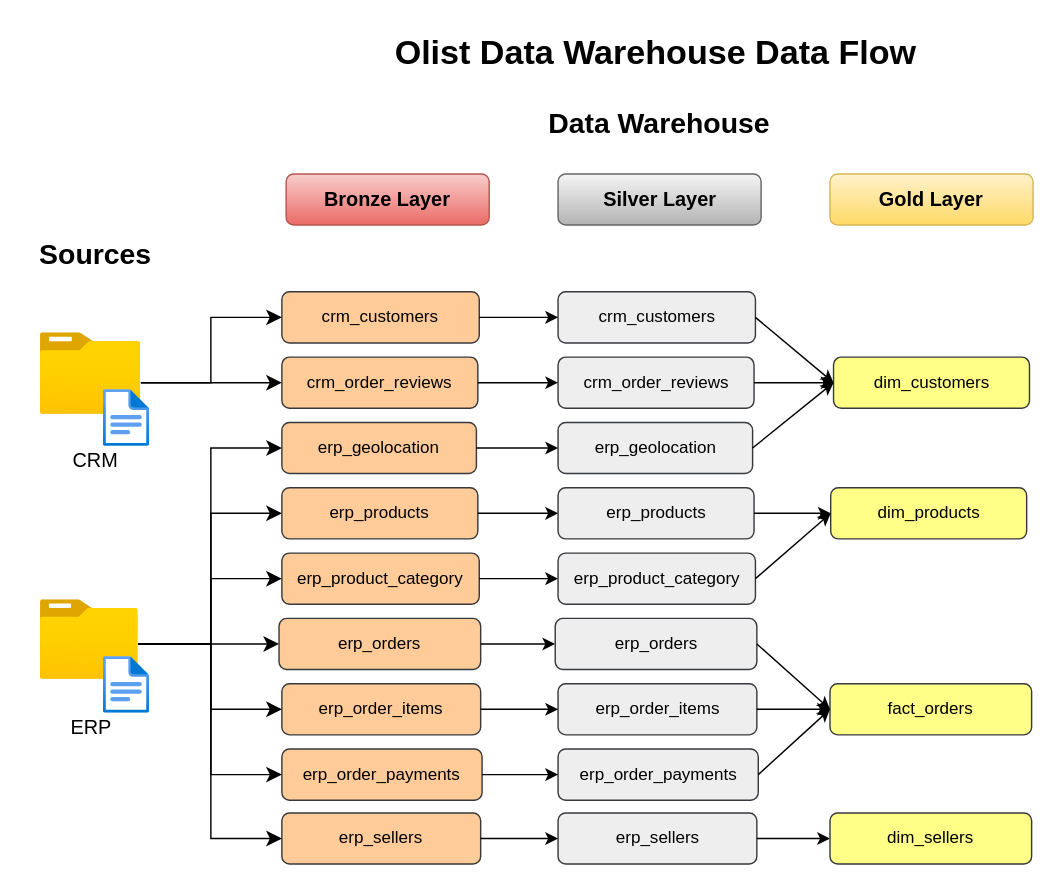
Above: docs/data_flow.drawio in cardonajsebas/olist-data-warehouse (draw.io), before the change. Source tidied: cells renumbered, new cells numbered last; positions are measured from the earlier drawing's top-left corner, leaving out a move shared by most shapes. Both pictures are drawn from the tidied source at 142%, with x=0, y=0 at pixel (24, 24).
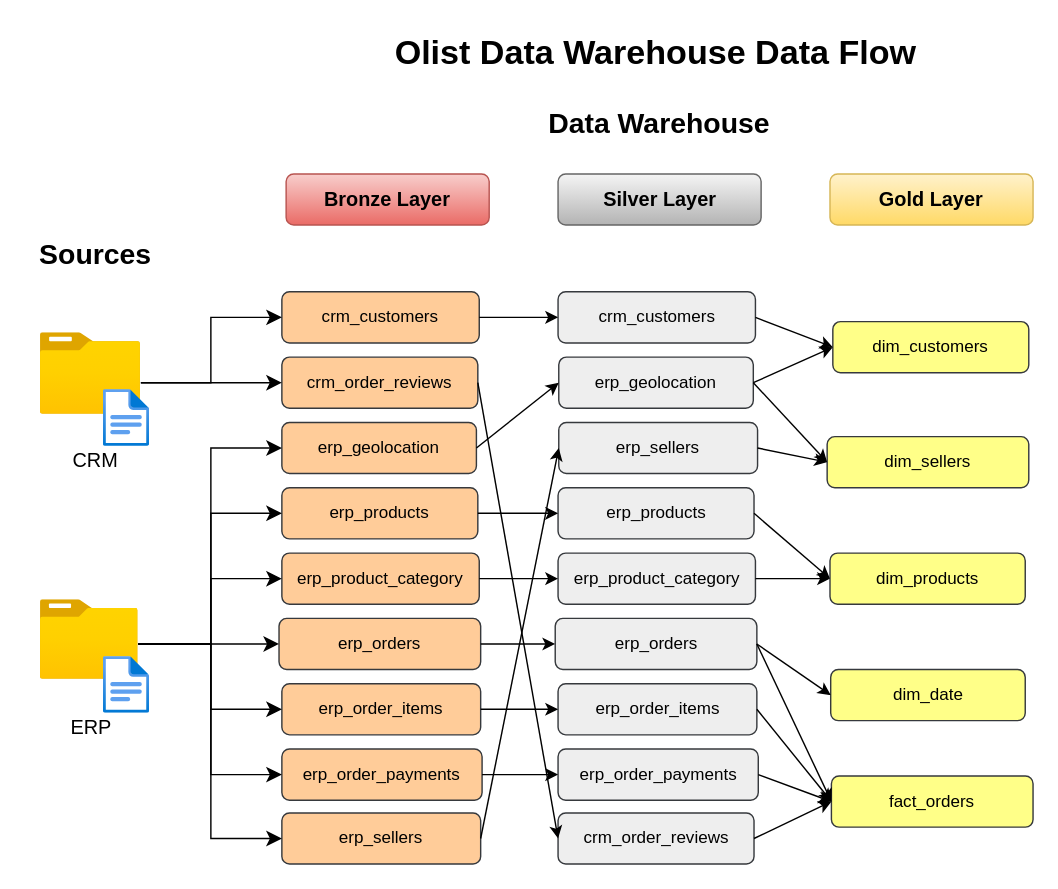
Above is the later version.

The change refers to these unchanged cells:
```xml
<mxCell id="28" value="erp_orders" style="rounded=1;whiteSpace=wrap;html=1;fontFamily=Helvetica;fillColor=#eeeeee;strokeColor=#36393d;" parent="1" vertex="1">
  <mxGeometry x="373.5" y="418" width="142" height="36" as="geometry" />
</mxCell>
```

What changed in the source:
```diff
@@
     <mxCell id="24" value="crm_order_reviews" style="rounded=1;whiteSpace=wrap;html=1;fontFamily=Helvetica;fillColor=#eeeeee;strokeColor=#36393d;" parent="1" vertex="1">
-      <mxGeometry x="375.5" y="234" width="138" height="36" as="geometry" />
+      <mxGeometry x="375.5" y="555" width="138" height="36" as="geometry" />
     </mxCell>
     <mxCell id="25" value="erp_geolocation" style="rounded=1;whiteSpace=wrap;html=1;fontFamily=Helvetica;fillColor=#eeeeee;strokeColor=#36393d;" parent="1" vertex="1">
-      <mxGeometry x="375.5" y="280" width="137" height="36" as="geometry" />
+      <mxGeometry x="376" y="234" width="137" height="36" as="geometry" />
     </mxCell>
@@
     <mxCell id="31" value="erp_sellers" style="rounded=1;whiteSpace=wrap;html=1;fontFamily=Helvetica;fillColor=#eeeeee;strokeColor=#36393d;" parent="1" vertex="1">
-      <mxGeometry x="375.5" y="555" width="140" height="36" as="geometry" />
+      <mxGeometry x="376" y="280" width="140" height="36" as="geometry" />
     </mxCell>
     <mxCell id="32" value="dim_customers" style="rounded=1;whiteSpace=wrap;html=1;fontFamily=Helvetica;fillColor=#ffff88;strokeColor=#36393d;" parent="1" vertex="1">
-      <mxGeometry x="569.5" y="234" width="138" height="36" as="geometry" />
+      <mxGeometry x="569" y="209" width="138" height="36" as="geometry" />
     </mxCell>
     <mxCell id="33" value="dim_products" style="rounded=1;whiteSpace=wrap;html=1;fontFamily=Helvetica;fillColor=#ffff88;strokeColor=#36393d;" parent="1" vertex="1">
-      <mxGeometry x="567.5" y="326" width="138" height="36" as="geometry" />
+      <mxGeometry x="567" y="372" width="137.5" height="36" as="geometry" />
     </mxCell>
     <mxCell id="34" value="fact_orders" style="rounded=1;whiteSpace=wrap;html=1;fontFamily=Helvetica;fillColor=#ffff88;strokeColor=#36393d;" parent="1" vertex="1">
-      <mxGeometry x="567" y="464" width="142" height="36" as="geometry" />
+      <mxGeometry x="568" y="529" width="142" height="36" as="geometry" />
     </mxCell>
@@
-    <mxCell id="54" style="endArrow=classic;html=1;rounded=0;exitX=1;exitY=0.5;exitDx=0;exitDy=0;entryX=0;entryY=0.5;entryDx=0;entryDy=0;" parent="1" edge="1" source="24" target="32">
-      <mxGeometry relative="1" as="geometry" />
-    </mxCell>
@@
     <mxCell id="62" value="dim_sellers" style="rounded=1;whiteSpace=wrap;html=1;fontFamily=Helvetica;fillColor=#ffff88;strokeColor=#36393d;" parent="1" vertex="1">
-      <mxGeometry x="567" y="555" width="142" height="36" as="geometry" />
+      <mxGeometry x="565" y="290" width="142" height="36" as="geometry" />
     </mxCell>
+    <mxCell id="63" value="dim_date" style="rounded=1;whiteSpace=wrap;html=1;fontFamily=Helvetica;fillColor=#ffff88;strokeColor=#36393d;" parent="1" vertex="1">
+      <mxGeometry x="567.5" y="454" width="137" height="36" as="geometry" />
+    </mxCell>
+    <mxCell id="64" style="endArrow=classic;html=1;rounded=0;exitX=1;exitY=0.5;exitDx=0;exitDy=0;entryX=0;entryY=0.5;entryDx=0;entryDy=0;" parent="1" edge="1" source="24" target="34">
+      <mxGeometry relative="1" as="geometry" />
+    </mxCell>
+    <mxCell id="65" style="endArrow=classic;html=1;rounded=0;exitX=1;exitY=0.5;exitDx=0;exitDy=0;entryX=0;entryY=0.5;entryDx=0;entryDy=0;" parent="1" edge="1" source="25" target="62">
+      <mxGeometry relative="1" as="geometry" />
+    </mxCell>
+    <mxCell id="66" style="endArrow=classic;html=1;rounded=0;exitX=1;exitY=0.5;exitDx=0;exitDy=0;entryX=0;entryY=0.5;entryDx=0;entryDy=0;" parent="1" edge="1" source="28" target="63">
+      <mxGeometry relative="1" as="geometry" />
+    </mxCell>
```
